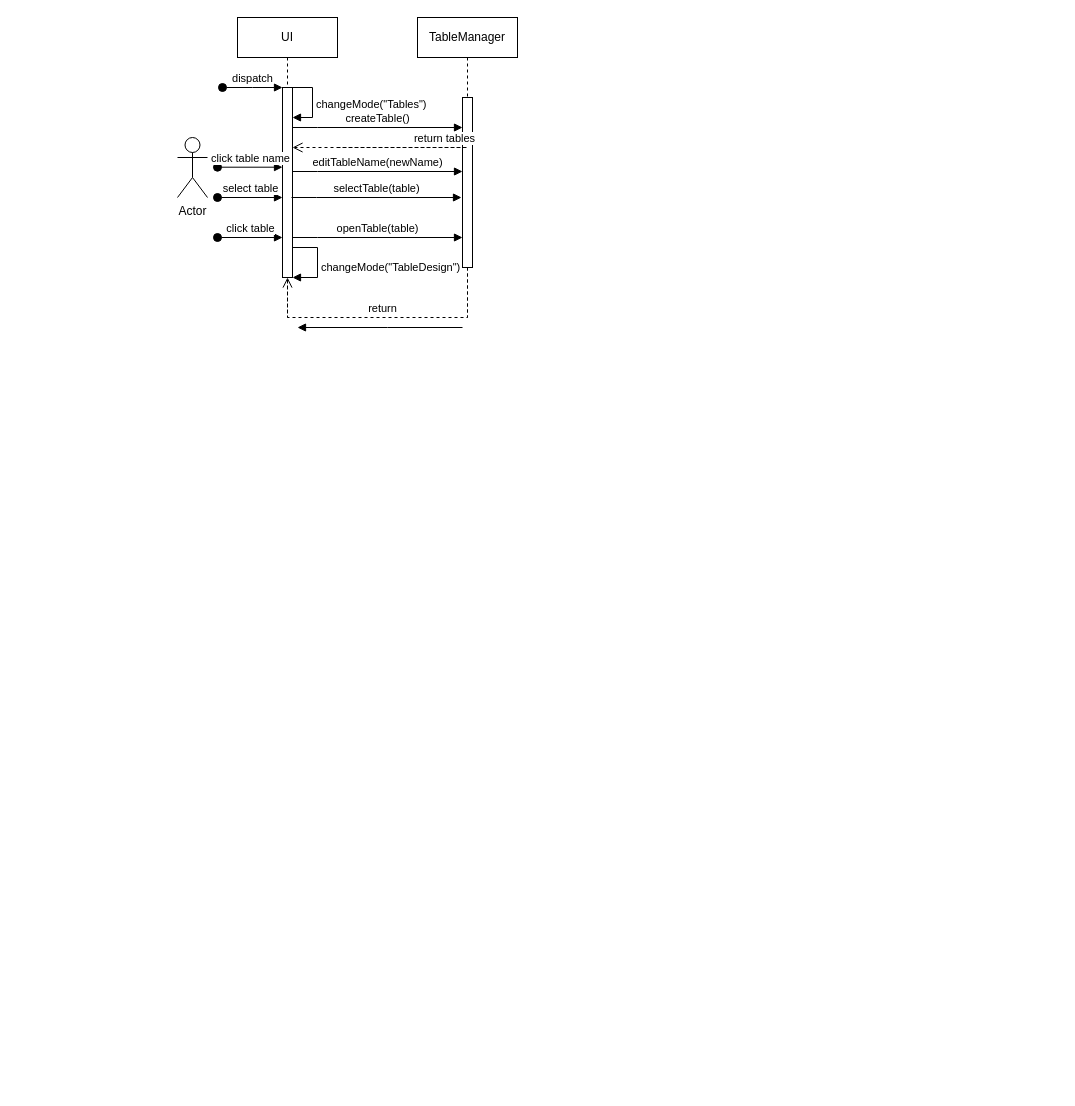
Wuymle/software-ontwerp keeps this draw.io diagram as diagrams/useCaseDiagram.drawio. Above is the earlier version. Source tidied: cells renumbered, new cells numbered last; positions are measured from the earlier drawing's top-left corner, leaving out a move shared by most shapes. Both pictures are drawn from the tidied source at 100%, with x=0, y=0 at pixel (177, 17).
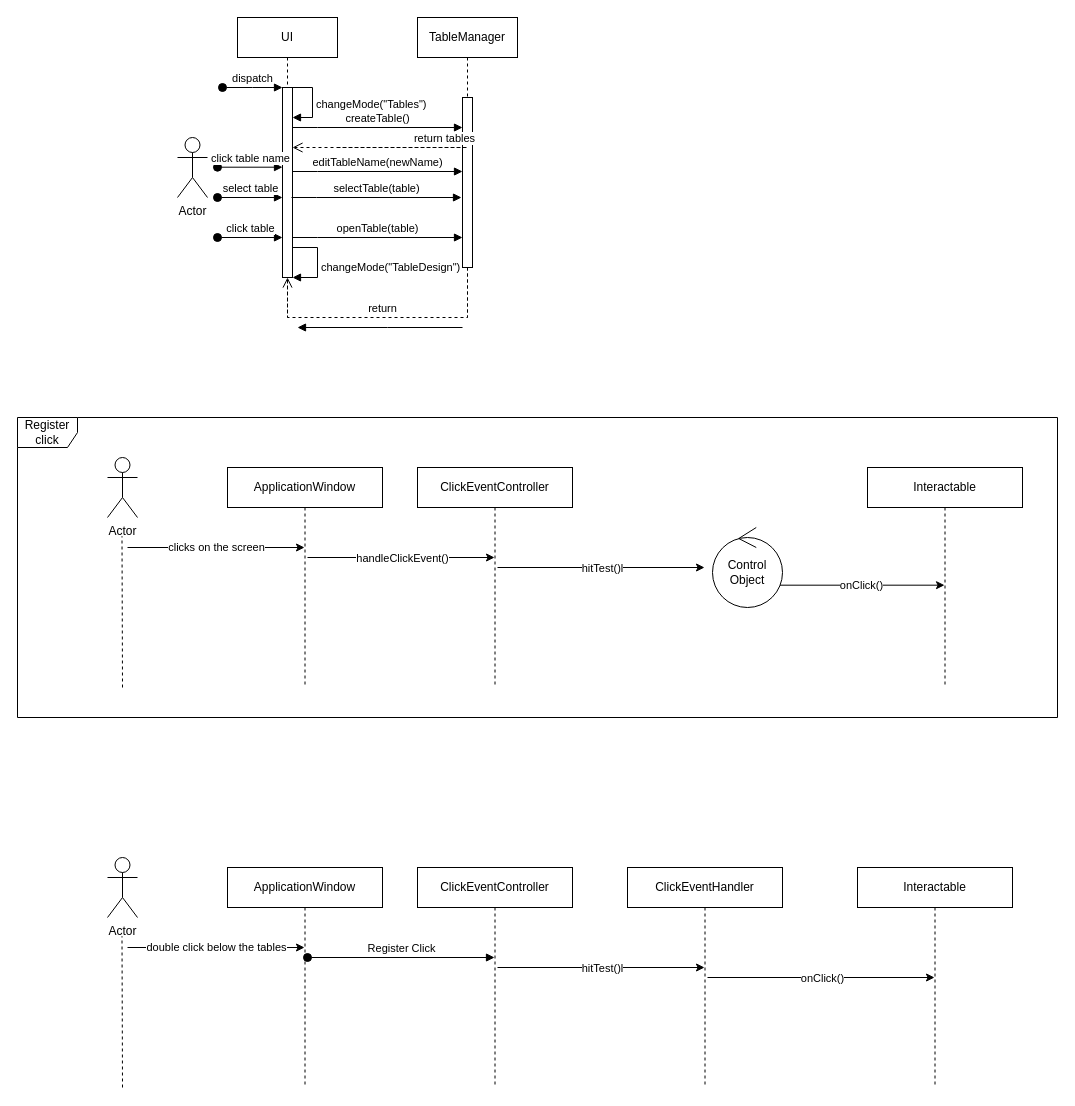
After the change.

The edit, as a diff of the source:
```diff
@@
+    <mxCell id="20" value="Actor" style="shape=umlActor;verticalLabelPosition=bottom;verticalAlign=top;html=1;" parent="1" vertex="1">
+      <mxGeometry x="-70" y="440" width="30" height="60" as="geometry" />
+    </mxCell>
+    <mxCell id="21" value="ClickEventController" style="shape=umlLifeline;perimeter=lifelinePerimeter;whiteSpace=wrap;html=1;outlineConnect=0;portConstraint=eastwest;newEdgeStyle={&quot;curved&quot;:0,&quot;rounded&quot;:0};" parent="1" vertex="1">
+      <mxGeometry x="240" y="450" width="155" height="220" as="geometry" />
+    </mxCell>
+    <mxCell id="22" value="Interactable" style="shape=umlLifeline;perimeter=lifelinePerimeter;whiteSpace=wrap;html=1;outlineConnect=0;portConstraint=eastwest;newEdgeStyle={&quot;curved&quot;:0,&quot;rounded&quot;:0};" parent="1" vertex="1">
+      <mxGeometry x="690" y="450" width="155" height="220" as="geometry" />
+    </mxCell>
+    <mxCell id="23" style="endArrow=none;dashed=1;html=1;" parent="1" edge="1">
+      <mxGeometry relative="1" as="geometry">
+        <mxPoint x="-55" y="670" as="sourcePoint" />
+        <mxPoint x="-55.5" y="518.7" as="targetPoint" />
+      </mxGeometry>
+    </mxCell>
+    <mxCell id="24" value="clicks on the screen" style="endArrow=classic;html=1;" parent="1" edge="1">
+      <mxGeometry relative="1" as="geometry">
+        <mxPoint x="-50" y="530" as="sourcePoint" />
+        <mxPoint x="127" y="530" as="targetPoint" />
+      </mxGeometry>
+    </mxCell>
+    <mxCell id="25" style="endArrow=classic;html=1;" parent="1" edge="1">
+      <mxGeometry relative="1" as="geometry">
+        <mxPoint x="320" y="550" as="sourcePoint" />
+        <mxPoint x="527" y="550" as="targetPoint" />
+      </mxGeometry>
+    </mxCell>
+    <mxCell id="26" value="hitTest()l" style="edgeLabel;html=1;align=center;verticalAlign=middle;" parent="25" vertex="1">
+      <mxGeometry relative="1" as="geometry" />
+    </mxCell>
+    <mxCell id="27" style="endArrow=classic;html=1;exitX=0.919;exitY=0.721;exitDx=0;exitDy=0;exitPerimeter=0;" parent="1" edge="1" source="45" target="22">
+      <mxGeometry relative="1" as="geometry" />
+    </mxCell>
+    <mxCell id="28" value="onClick()" style="edgeLabel;html=1;align=center;verticalAlign=middle;" parent="27" vertex="1">
+      <mxGeometry relative="1" as="geometry" />
+    </mxCell>
+    <mxCell id="29" value="ApplicationWindow" style="shape=umlLifeline;perimeter=lifelinePerimeter;whiteSpace=wrap;html=1;newEdgeStyle={&quot;curved&quot;:0,&quot;rounded&quot;:0};" parent="1" vertex="1">
+      <mxGeometry x="50" y="450" width="155" height="220" as="geometry" />
+    </mxCell>
+    <mxCell id="30" style="endArrow=classic;html=1;" parent="1" edge="1" target="21">
+      <mxGeometry relative="1" as="geometry">
+        <mxPoint x="130" y="540" as="sourcePoint" />
+      </mxGeometry>
+    </mxCell>
+    <mxCell id="31" value="handleClickEvent()" style="edgeLabel;html=1;align=center;verticalAlign=middle;" parent="30" vertex="1">
+      <mxGeometry relative="1" as="geometry" />
+    </mxCell>
+    <mxCell id="32" value="Register click" style="shape=umlFrame;whiteSpace=wrap;html=1;" parent="1" vertex="1">
+      <mxGeometry x="-160" y="400" width="1040" height="300" as="geometry" />
+    </mxCell>
+    <mxCell id="33" value="Actor" style="shape=umlActor;verticalLabelPosition=bottom;verticalAlign=top;html=1;" parent="1" vertex="1">
+      <mxGeometry x="-70" y="840" width="30" height="60" as="geometry" />
+    </mxCell>
+    <mxCell id="34" value="ClickEventController" style="shape=umlLifeline;perimeter=lifelinePerimeter;whiteSpace=wrap;html=1;outlineConnect=0;portConstraint=eastwest;newEdgeStyle={&quot;curved&quot;:0,&quot;rounded&quot;:0};" parent="1" vertex="1">
+      <mxGeometry x="240" y="850" width="155" height="220" as="geometry" />
+    </mxCell>
+    <mxCell id="35" value="ClickEventHandler" style="shape=umlLifeline;perimeter=lifelinePerimeter;whiteSpace=wrap;html=1;outlineConnect=0;portConstraint=eastwest;newEdgeStyle={&quot;curved&quot;:0,&quot;rounded&quot;:0};" parent="1" vertex="1">
+      <mxGeometry x="450" y="850" width="155" height="220" as="geometry" />
+    </mxCell>
+    <mxCell id="36" value="Interactable" style="shape=umlLifeline;perimeter=lifelinePerimeter;whiteSpace=wrap;html=1;outlineConnect=0;portConstraint=eastwest;newEdgeStyle={&quot;curved&quot;:0,&quot;rounded&quot;:0};" parent="1" vertex="1">
+      <mxGeometry x="680" y="850" width="155" height="220" as="geometry" />
+    </mxCell>
+    <mxCell id="37" style="endArrow=none;dashed=1;html=1;" parent="1" edge="1">
+      <mxGeometry relative="1" as="geometry">
+        <mxPoint x="-55" y="1070" as="sourcePoint" />
+        <mxPoint x="-55.5" y="918.7" as="targetPoint" />
+      </mxGeometry>
+    </mxCell>
+    <mxCell id="38" value="double click below the tables" style="endArrow=classic;html=1;" parent="1" edge="1">
+      <mxGeometry relative="1" as="geometry">
+        <mxPoint x="-50" y="930" as="sourcePoint" />
+        <mxPoint x="127" y="930" as="targetPoint" />
+      </mxGeometry>
+    </mxCell>
+    <mxCell id="39" style="endArrow=classic;html=1;" parent="1" edge="1" target="35">
+      <mxGeometry relative="1" as="geometry">
+        <mxPoint x="320" y="950" as="sourcePoint" />
+      </mxGeometry>
+    </mxCell>
+    <mxCell id="40" value="hitTest()l" style="edgeLabel;html=1;align=center;verticalAlign=middle;" parent="39" vertex="1">
+      <mxGeometry relative="1" as="geometry" />
+    </mxCell>
+    <mxCell id="41" style="endArrow=classic;html=1;" parent="1" edge="1" target="36">
+      <mxGeometry relative="1" as="geometry">
+        <mxPoint x="530" y="960" as="sourcePoint" />
+      </mxGeometry>
+    </mxCell>
+    <mxCell id="42" value="onClick()" style="edgeLabel;html=1;align=center;verticalAlign=middle;" parent="41" vertex="1">
+      <mxGeometry relative="1" as="geometry" />
+    </mxCell>
+    <mxCell id="43" value="ApplicationWindow" style="shape=umlLifeline;perimeter=lifelinePerimeter;whiteSpace=wrap;html=1;newEdgeStyle={&quot;curved&quot;:0,&quot;rounded&quot;:0};" parent="1" vertex="1">
+      <mxGeometry x="50" y="850" width="155" height="220" as="geometry" />
+    </mxCell>
+    <mxCell id="44" value="Register Click" style="html=1;verticalAlign=bottom;startArrow=oval;startFill=1;endArrow=block;startSize=8;curved=0;rounded=0;" parent="1" edge="1" target="34">
+      <mxGeometry relative="1" as="geometry">
+        <mxPoint x="130" y="940" as="sourcePoint" />
+      </mxGeometry>
+    </mxCell>
+    <mxCell id="45" value="Control Object" style="ellipse;shape=umlControl;whiteSpace=wrap;html=1;" parent="1" vertex="1">
+      <mxGeometry x="535" y="510" width="70" height="80" as="geometry" />
+    </mxCell>
```
